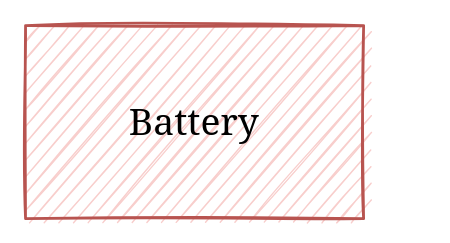
Before: Untitled Diagram.drawio in DoggeBoi/Led_matirx-_clock, a draw.io diagram. Source tidied: cells renumbered, new cells numbered last; positions are measured from the earlier drawing's top-left corner, leaving out a move shared by most shapes. Both pictures are drawn from the tidied source at 138%, with x=0, y=0 at pixel (25, 25).
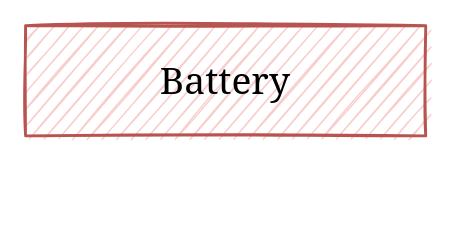
The same diagram, later.

Diff of the diagram source:
```diff
@@
 <mxGraphModel>
   <root>
     <mxCell id="0" />
     <mxCell id="1" parent="0" />
-    <mxCell id="2" value="&lt;font face=&quot;Georgia&quot; style=&quot;font-size: 27px&quot;&gt;Battery&lt;/font&gt;" style="rounded=0;whiteSpace=wrap;html=1;glass=0;sketch=1;strokeWidth=2;shadow=0;fillStyle=hachure;fillColor=#f8cecc;strokeColor=#b85450;" parent="1" vertex="1">
-      <mxGeometry width="245" height="140" as="geometry" />
+    <mxCell id="2" value="&lt;font face=&quot;Georgia&quot;&gt;&lt;span style=&quot;font-size: 27px&quot;&gt;Battery&lt;/span&gt;&lt;/font&gt;" style="rounded=0;whiteSpace=wrap;html=1;glass=0;sketch=1;strokeWidth=2;shadow=0;fillStyle=hachure;fillColor=#f8cecc;strokeColor=#b85450;" parent="1" vertex="1">
+      <mxGeometry width="290" height="80" as="geometry" />
     </mxCell>
   </root>
 </mxGraphModel>
```
